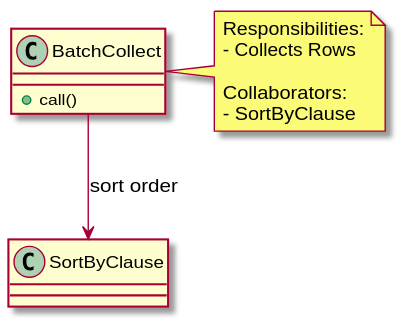
StrongestNumber9/dpf_02 keeps this PlantUML diagram as docs/doxy_up/doxygen/inline_umlgraph_1.svg. Above is the earlier version.
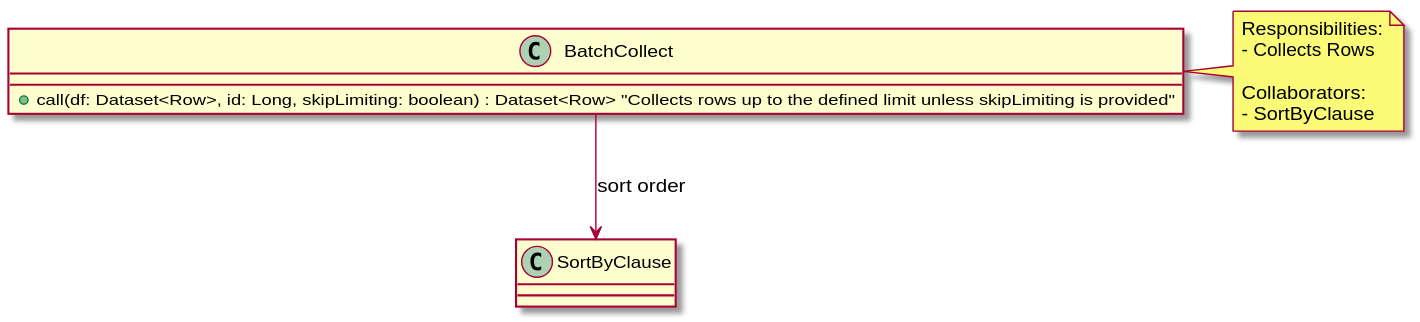
After the change.

The edit, as a diff of the source:
```diff
@@ -1,6 +1,6 @@
 @startuml inline_umlgraph_1.svg
 class BatchCollect {
-  + call()
+  + call(df: Dataset<Row>, id: Long, skipLimiting: boolean) : Dataset<Row>  "Collects rows up to the defined limit unless skipLimiting is provided"
 }
 
 BatchCollect --> SortByClause : sort order
```
